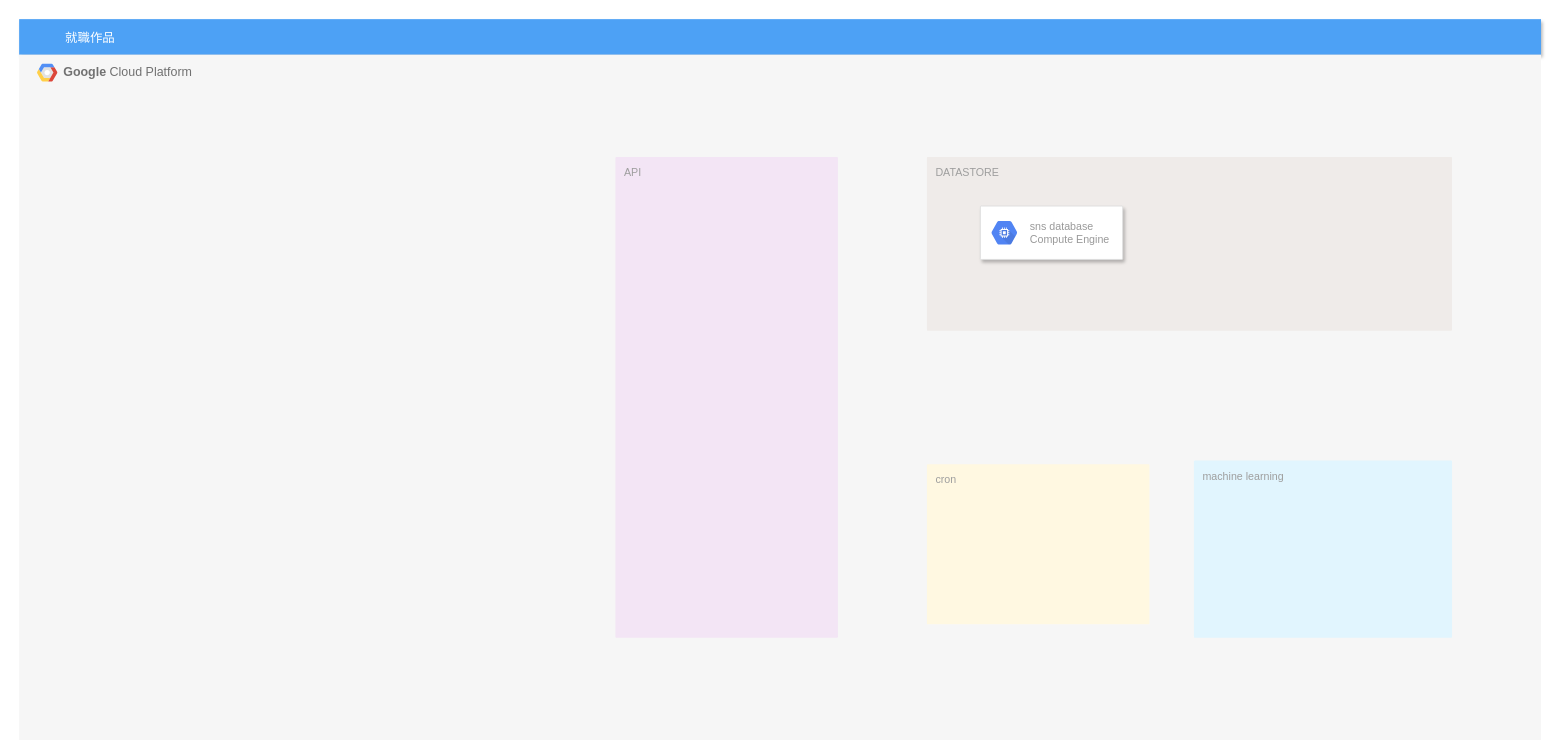
The draw.io diagram doc/infrastructure/infrastructure.drawio in Azu0925/syusyokusakuhin, before the edit. Source tidied: cells renumbered, new cells numbered last; positions are measured from the earlier drawing's top-left corner, leaving out a move shared by most shapes. Both pictures are drawn from the tidied source at 89%, with x=0, y=0 at pixel (19, 19).
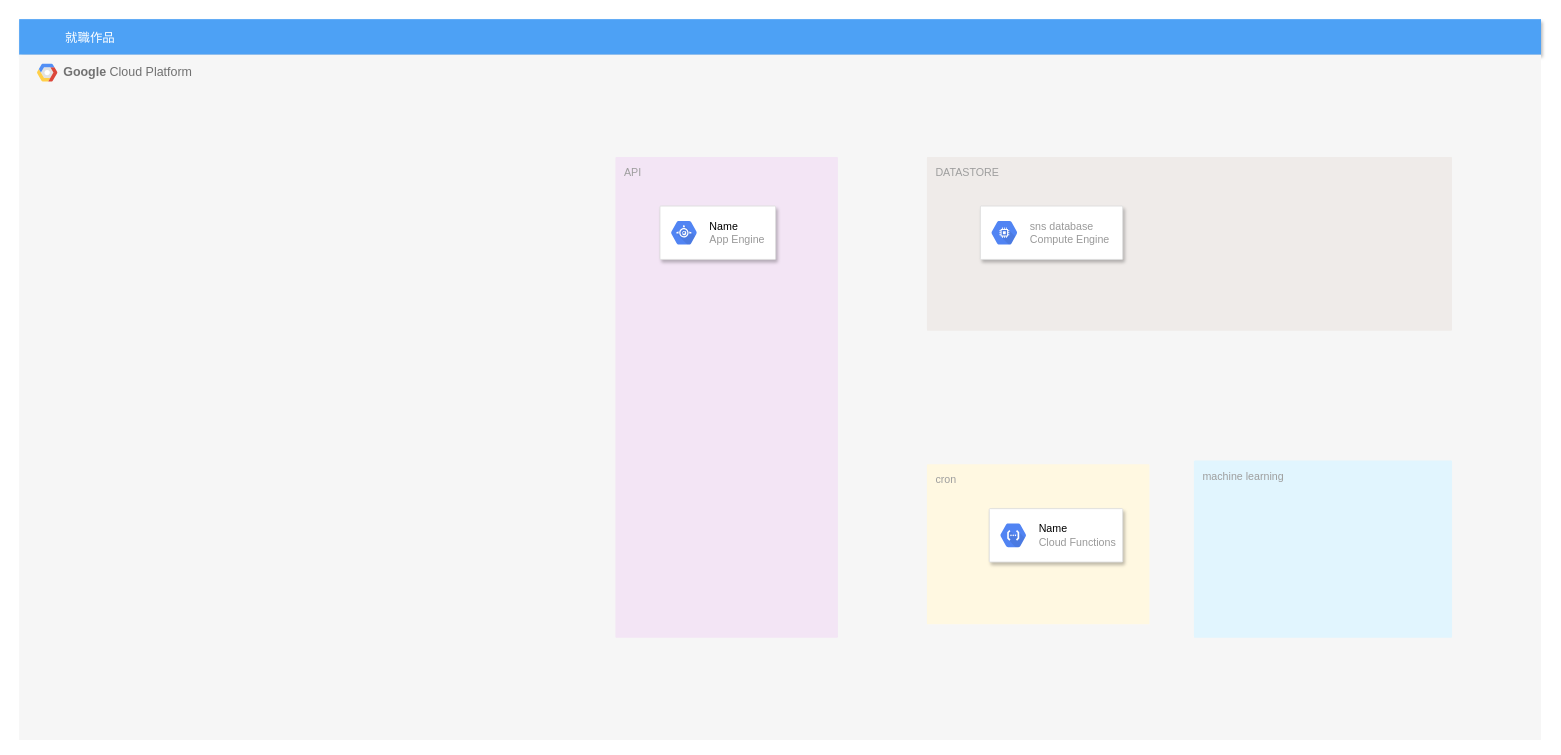
The same diagram, later.

Diff of the diagram source:
```diff
@@
 <mxGraphModel>
   <root>
     <mxCell id="0" />
     <mxCell id="1" parent="0" />
     <mxCell id="2" value="就職作品" style="fillColor=#4DA1F5;strokeColor=none;shadow=1;gradientColor=none;fontSize=14;align=left;spacingLeft=50;fontColor=#ffffff;" parent="1" vertex="1">
       <mxGeometry width="1710" height="40" as="geometry" />
     </mxCell>
     <mxCell id="3" value="&lt;b&gt;Google &lt;/b&gt;Cloud Platform" style="fillColor=#F6F6F6;strokeColor=none;shadow=0;gradientColor=none;fontSize=14;align=left;spacing=10;fontColor=#717171;9E9E9E;verticalAlign=top;spacingTop=-4;fontStyle=0;spacingLeft=40;html=1;" parent="1" vertex="1">
       <mxGeometry y="40" width="1710" height="770" as="geometry" />
     </mxCell>
     <mxCell id="4" style="shape=mxgraph.gcp2.google_cloud_platform;fillColor=#F6F6F6;strokeColor=none;shadow=0;gradientColor=none;" parent="3" vertex="1">
       <mxGeometry width="23" height="20" relative="1" as="geometry">
         <mxPoint x="20" y="10" as="offset" />
       </mxGeometry>
     </mxCell>
     <mxCell id="5" value="machine learning" style="rounded=1;absoluteArcSize=1;arcSize=2;html=1;strokeColor=none;gradientColor=none;shadow=0;dashed=0;fontSize=12;fontColor=#9E9E9E;align=left;verticalAlign=top;spacing=10;spacingTop=-4;fillColor=#E1F5FE;" parent="3" vertex="1">
       <mxGeometry x="1320" y="456" width="290" height="199" as="geometry" />
     </mxCell>
     <mxCell id="6" value="DATASTORE" style="rounded=1;absoluteArcSize=1;arcSize=2;html=1;strokeColor=none;gradientColor=none;shadow=0;dashed=0;fontSize=12;fontColor=#9E9E9E;align=left;verticalAlign=top;spacing=10;spacingTop=-4;fillColor=#EFEBE9;" parent="3" vertex="1">
       <mxGeometry x="1020" y="115" width="590" height="195" as="geometry" />
     </mxCell>
     <mxCell id="7" value="API" style="rounded=1;absoluteArcSize=1;arcSize=2;html=1;strokeColor=none;gradientColor=none;shadow=0;dashed=0;fontSize=12;fontColor=#9E9E9E;align=left;verticalAlign=top;spacing=10;spacingTop=-4;fillColor=#F3E5F5;" parent="3" vertex="1">
       <mxGeometry x="670" y="115" width="250" height="540" as="geometry" />
     </mxCell>
     <mxCell id="8" value="cron" style="rounded=1;absoluteArcSize=1;arcSize=2;html=1;strokeColor=none;gradientColor=none;shadow=0;dashed=0;fontSize=12;fontColor=#9E9E9E;align=left;verticalAlign=top;spacing=10;spacingTop=-4;fillColor=#FFF8E1;" parent="3" vertex="1">
       <mxGeometry x="1020" y="460" width="250" height="180" as="geometry" />
     </mxCell>
+    <mxCell id="11" style="strokeColor=#dddddd;shadow=1;strokeWidth=1;rounded=1;absoluteArcSize=1;arcSize=2;" parent="3" vertex="1">
+      <mxGeometry x="1090" y="510" width="150" height="60" as="geometry" />
+    </mxCell>
+    <mxCell id="12" value="&lt;font color=&quot;#000000&quot;&gt;Name&lt;/font&gt;&lt;br&gt;Cloud Functions" style="dashed=0;html=1;fillColor=#5184F3;strokeColor=none;shape=mxgraph.gcp2.hexIcon;prIcon=cloud_functions;labelPosition=right;verticalLabelPosition=middle;align=left;verticalAlign=middle;spacingLeft=5;fontColor=#999999;fontSize=12;" parent="11" vertex="1">
+      <mxGeometry y="0.5" width="44" height="39" relative="1" as="geometry">
+        <mxPoint x="5" y="-19.5" as="offset" />
+      </mxGeometry>
+    </mxCell>
+    <mxCell id="13" style="strokeColor=#dddddd;shadow=1;strokeWidth=1;rounded=1;absoluteArcSize=1;arcSize=2;" parent="3" vertex="1">
+      <mxGeometry x="720" y="170" width="130" height="60" as="geometry" />
+    </mxCell>
+    <mxCell id="14" value="&lt;font color=&quot;#000000&quot;&gt;Name&lt;/font&gt;&lt;br&gt;App Engine" style="dashed=0;html=1;fillColor=#5184F3;strokeColor=none;shape=mxgraph.gcp2.hexIcon;prIcon=app_engine;labelPosition=right;verticalLabelPosition=middle;align=left;verticalAlign=middle;spacingLeft=5;fontColor=#999999;fontSize=12;" parent="13" vertex="1">
+      <mxGeometry y="0.5" width="44" height="39" relative="1" as="geometry">
+        <mxPoint x="5" y="-19.5" as="offset" />
+      </mxGeometry>
+    </mxCell>
     <mxCell id="9" style="strokeColor=#dddddd;shadow=1;strokeWidth=1;rounded=1;absoluteArcSize=1;arcSize=2;" parent="1" vertex="1">
       <mxGeometry x="1080" y="210" width="160" height="60" as="geometry" />
     </mxCell>
     <mxCell id="10" value="sns database&lt;br&gt;Compute Engine" style="dashed=0;html=1;fillColor=#5184F3;strokeColor=none;shape=mxgraph.gcp2.hexIcon;prIcon=compute_engine;labelPosition=right;verticalLabelPosition=middle;align=left;verticalAlign=middle;spacingLeft=5;fontColor=#999999;fontSize=12;" parent="9" vertex="1">
       <mxGeometry y="0.5" width="44" height="39" relative="1" as="geometry">
         <mxPoint x="5" y="-19.5" as="offset" />
       </mxGeometry>
     </mxCell>
   </root>
 </mxGraphModel>
```
